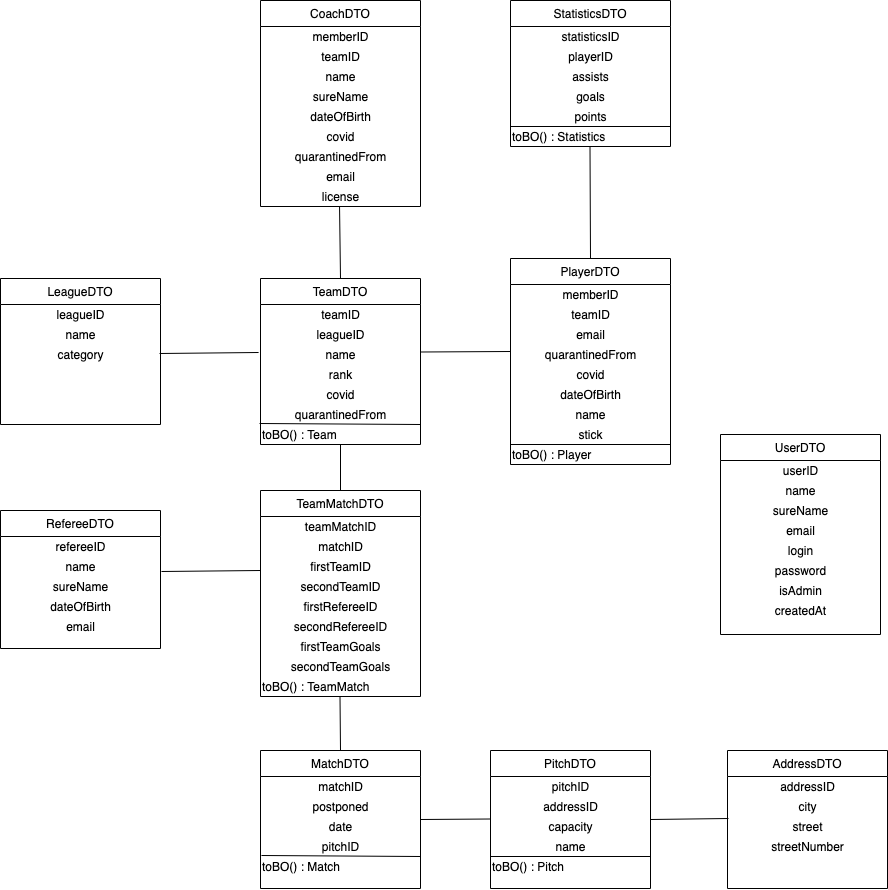
Before: artefacts/class_DTO.png, a diagram exported from draw.io (alenamartinkova/cfbu-IS). Source tidied: cells renumbered, new cells last; positions are measured from the earlier drawing's top-left corner, leaving out a move shared by most shapes.
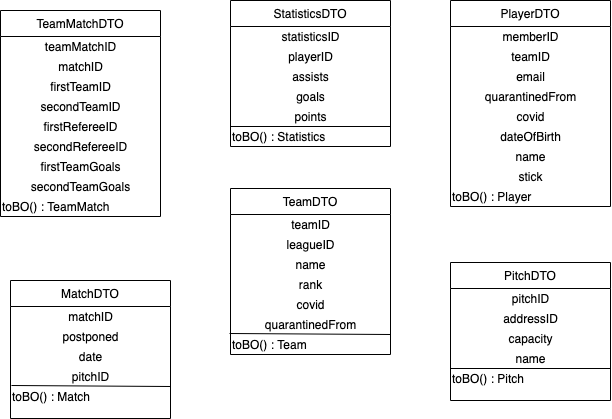
After the change.

Diff of the diagram source:
```diff
@@ -2,38 +2,8 @@
   <root>
     <mxCell id="0" />
     <mxCell id="1" parent="0" />
-    <mxCell id="2" value="CoachDTO" style="swimlane;fontStyle=0;align=center;verticalAlign=top;horizontal=1;startSize=26;rounded=0;shadow=0;strokeWidth=1;" parent="1" vertex="1">
-      <mxGeometry x="260" width="160" height="206" as="geometry" />
-    </mxCell>
-    <mxCell id="3" value="memberID" style="text;html=1;align=center;verticalAlign=middle;" parent="2" vertex="1">
-      <mxGeometry y="26" width="160" height="20" as="geometry" />
-    </mxCell>
-    <mxCell id="4" value="teamID" style="text;html=1;align=center;verticalAlign=middle;" parent="2" vertex="1">
-      <mxGeometry y="46" width="160" height="20" as="geometry" />
-    </mxCell>
-    <mxCell id="5" value="name" style="text;html=1;align=center;verticalAlign=middle;" parent="2" vertex="1">
-      <mxGeometry y="66" width="160" height="20" as="geometry" />
-    </mxCell>
-    <mxCell id="6" value="sureName" style="text;html=1;align=center;verticalAlign=middle;" parent="2" vertex="1">
-      <mxGeometry y="86" width="160" height="20" as="geometry" />
-    </mxCell>
-    <mxCell id="7" value="dateOfBirth" style="text;html=1;align=center;verticalAlign=middle;" parent="2" vertex="1">
-      <mxGeometry y="106" width="160" height="20" as="geometry" />
-    </mxCell>
-    <mxCell id="8" value="covid" style="text;html=1;align=center;verticalAlign=middle;" parent="2" vertex="1">
-      <mxGeometry y="126" width="160" height="20" as="geometry" />
-    </mxCell>
-    <mxCell id="9" value="quarantinedFrom" style="text;html=1;align=center;verticalAlign=middle;" parent="2" vertex="1">
-      <mxGeometry y="146" width="160" height="20" as="geometry" />
-    </mxCell>
-    <mxCell id="10" value="email" style="text;html=1;align=center;verticalAlign=middle;" parent="2" vertex="1">
-      <mxGeometry y="166" width="160" height="20" as="geometry" />
-    </mxCell>
-    <mxCell id="11" value="license" style="text;html=1;align=center;verticalAlign=middle;points=[];" parent="2" vertex="1">
-      <mxGeometry y="186" width="160" height="20" as="geometry" />
-    </mxCell>
     <mxCell id="12" value="PlayerDTO" style="swimlane;fontStyle=0;align=center;verticalAlign=top;horizontal=1;startSize=26;rounded=0;shadow=0;strokeWidth=1;" parent="1" vertex="1">
-      <mxGeometry x="510" y="258" width="160" height="206" as="geometry" />
+      <mxGeometry x="480" y="90" width="160" height="206" as="geometry" />
     </mxCell>
     <mxCell id="13" value="memberID" style="text;html=1;align=center;verticalAlign=middle;" parent="12" vertex="1">
       <mxGeometry y="26" width="160" height="20" as="geometry" />
@@ -63,7 +33,7 @@
       <mxGeometry y="186" width="160" height="20" as="geometry" />
     </mxCell>
     <mxCell id="22" value="StatisticsDTO" style="swimlane;fontStyle=0;align=center;verticalAlign=top;horizontal=1;startSize=26;rounded=0;shadow=0;strokeWidth=1;" parent="1" vertex="1">
-      <mxGeometry x="510" width="160" height="146" as="geometry" />
+      <mxGeometry x="260" y="90" width="160" height="146" as="geometry" />
     </mxCell>
     <mxCell id="23" value="statisticsID" style="text;html=1;align=center;verticalAlign=middle;" parent="22" vertex="1">
       <mxGeometry y="26" width="160" height="20" as="geometry" />
@@ -114,7 +84,7 @@
       <mxGeometry y="146" width="160" height="20" as="geometry" />
     </mxCell>
     <mxCell id="38" value="MatchDTO" style="swimlane;fontStyle=0;align=center;verticalAlign=top;horizontal=1;startSize=26;rounded=0;shadow=0;strokeWidth=1;" parent="1" vertex="1">
-      <mxGeometry x="260" y="750" width="160" height="138" as="geometry" />
+      <mxGeometry x="40" y="370" width="160" height="138" as="geometry" />
     </mxCell>
     <mxCell id="39" value="matchID" style="text;html=1;align=center;verticalAlign=middle;" parent="38" vertex="1">
       <mxGeometry y="26" width="160" height="20" as="geometry" />
@@ -137,7 +107,7 @@
       <mxGeometry y="106" width="160" height="20" as="geometry" />
     </mxCell>
     <mxCell id="45" value="PitchDTO" style="swimlane;fontStyle=0;align=center;verticalAlign=top;horizontal=1;startSize=26;rounded=0;shadow=0;strokeWidth=1;" parent="1" vertex="1">
-      <mxGeometry x="490" y="750" width="160" height="138" as="geometry" />
+      <mxGeometry x="480" y="352" width="160" height="138" as="geometry" />
     </mxCell>
     <mxCell id="46" value="pitchID" style="text;html=1;align=center;verticalAlign=middle;" parent="45" vertex="1">
       <mxGeometry y="26" width="160" height="20" as="geometry" />
@@ -160,101 +130,13 @@
     <mxCell id="51" value="toBO() : Pitch" style="text;html=1;align=left;verticalAlign=middle;" parent="45" vertex="1">
       <mxGeometry y="106" width="160" height="20" as="geometry" />
     </mxCell>
-    <mxCell id="52" value="RefereeDTO" style="swimlane;fontStyle=0;align=center;verticalAlign=top;horizontal=1;startSize=26;rounded=0;shadow=0;strokeWidth=1;" parent="1" vertex="1">
-      <mxGeometry y="510" width="160" height="138" as="geometry" />
-    </mxCell>
-    <mxCell id="53" value="refereeID" style="text;html=1;align=center;verticalAlign=middle;" parent="52" vertex="1">
-      <mxGeometry y="26" width="160" height="20" as="geometry" />
-    </mxCell>
-    <mxCell id="54" value="name" style="text;html=1;align=center;verticalAlign=middle;" parent="52" vertex="1">
-      <mxGeometry y="46" width="160" height="20" as="geometry" />
-    </mxCell>
-    <mxCell id="55" value="sureName" style="text;html=1;align=center;verticalAlign=middle;" parent="52" vertex="1">
-      <mxGeometry y="66" width="160" height="20" as="geometry" />
-    </mxCell>
-    <mxCell id="56" value="dateOfBirth" style="text;html=1;align=center;verticalAlign=middle;" parent="52" vertex="1">
-      <mxGeometry y="86" width="160" height="20" as="geometry" />
-    </mxCell>
-    <mxCell id="57" value="email" style="text;html=1;align=center;verticalAlign=middle;" parent="52" vertex="1">
-      <mxGeometry y="106" width="160" height="20" as="geometry" />
-    </mxCell>
-    <mxCell id="58" value="AddressDTO" style="swimlane;fontStyle=0;align=center;verticalAlign=top;horizontal=1;startSize=26;rounded=0;shadow=0;strokeWidth=1;" parent="1" vertex="1">
-      <mxGeometry x="727" y="750" width="160" height="138" as="geometry" />
-    </mxCell>
-    <mxCell id="59" value="addressID" style="text;html=1;align=center;verticalAlign=middle;" parent="58" vertex="1">
-      <mxGeometry y="26" width="160" height="20" as="geometry" />
-    </mxCell>
-    <mxCell id="60" value="city" style="text;html=1;align=center;verticalAlign=middle;points=[];" parent="58" vertex="1">
-      <mxGeometry y="46" width="160" height="20" as="geometry" />
-    </mxCell>
-    <mxCell id="61" value="street" style="text;html=1;align=center;verticalAlign=middle;" parent="58" vertex="1">
-      <mxGeometry y="66" width="160" height="20" as="geometry" />
-    </mxCell>
-    <mxCell id="62" value="streetNumber" style="text;html=1;align=center;verticalAlign=middle;" parent="58" vertex="1">
-      <mxGeometry y="86" width="160" height="20" as="geometry" />
-    </mxCell>
-    <mxCell id="63" value="UserDTO" style="swimlane;fontStyle=0;align=center;verticalAlign=top;horizontal=1;startSize=26;rounded=0;shadow=0;strokeWidth=1;" parent="1" vertex="1">
-      <mxGeometry x="720" y="434" width="160" height="200" as="geometry" />
-    </mxCell>
-    <mxCell id="64" value="userID" style="text;html=1;align=center;verticalAlign=middle;" parent="63" vertex="1">
-      <mxGeometry y="26" width="160" height="20" as="geometry" />
-    </mxCell>
-    <mxCell id="65" value="name" style="text;html=1;align=center;verticalAlign=middle;" parent="63" vertex="1">
-      <mxGeometry y="46" width="160" height="20" as="geometry" />
-    </mxCell>
-    <mxCell id="66" value="sureName" style="text;html=1;align=center;verticalAlign=middle;" parent="63" vertex="1">
-      <mxGeometry y="66" width="160" height="20" as="geometry" />
-    </mxCell>
-    <mxCell id="67" value="email" style="text;html=1;align=center;verticalAlign=middle;" parent="63" vertex="1">
-      <mxGeometry y="86" width="160" height="20" as="geometry" />
-    </mxCell>
-    <mxCell id="68" value="login" style="text;html=1;align=center;verticalAlign=middle;" parent="63" vertex="1">
-      <mxGeometry y="106" width="160" height="20" as="geometry" />
-    </mxCell>
-    <mxCell id="69" value="password" style="text;html=1;align=center;verticalAlign=middle;" parent="63" vertex="1">
-      <mxGeometry y="126" width="160" height="20" as="geometry" />
-    </mxCell>
-    <mxCell id="70" value="isAdmin" style="text;html=1;align=center;verticalAlign=middle;" parent="63" vertex="1">
-      <mxGeometry y="146" width="160" height="20" as="geometry" />
-    </mxCell>
-    <mxCell id="71" value="createdAt" style="text;html=1;align=center;verticalAlign=middle;" parent="63" vertex="1">
-      <mxGeometry y="166" width="160" height="20" as="geometry" />
-    </mxCell>
-    <mxCell id="72" value="LeagueDTO" style="swimlane;fontStyle=0;align=center;verticalAlign=top;horizontal=1;startSize=26;rounded=0;shadow=0;strokeWidth=1;" parent="1" vertex="1">
-      <mxGeometry y="278" width="160" height="146" as="geometry" />
-    </mxCell>
-    <mxCell id="73" value="leagueID" style="text;html=1;align=center;verticalAlign=middle;" parent="72" vertex="1">
-      <mxGeometry y="26" width="160" height="20" as="geometry" />
-    </mxCell>
-    <mxCell id="74" value="name" style="text;html=1;align=center;verticalAlign=middle;" parent="72" vertex="1">
-      <mxGeometry y="46" width="160" height="20" as="geometry" />
-    </mxCell>
-    <mxCell id="75" value="category" style="text;html=1;align=center;verticalAlign=middle;points=[];" parent="72" vertex="1">
-      <mxGeometry y="66" width="160" height="20" as="geometry" />
-    </mxCell>
     <mxCell id="76" style="endArrow=none;html=1;exitX=-0.006;exitY=-0.05;exitDx=0;exitDy=0;exitPerimeter=0;" parent="1" edge="1" source="37">
       <mxGeometry relative="1" as="geometry">
         <mxPoint x="420" y="424" as="targetPoint" />
       </mxGeometry>
     </mxCell>
-    <mxCell id="77" style="endArrow=none;html=1;" parent="1" edge="1">
-      <mxGeometry relative="1" as="geometry">
-        <mxPoint x="510" y="444" as="sourcePoint" />
-        <mxPoint x="670" y="444" as="targetPoint" />
-      </mxGeometry>
-    </mxCell>
-    <mxCell id="78" style="endArrow=none;html=1;entryX=0.494;entryY=1;entryDx=0;entryDy=0;entryPerimeter=0;" parent="1" edge="1" target="11">
-      <mxGeometry relative="1" as="geometry">
-        <mxPoint x="340" y="278" as="sourcePoint" />
-      </mxGeometry>
-    </mxCell>
-    <mxCell id="79" style="endArrow=none;html=1;entryX=0.5;entryY=1.2;entryDx=0;entryDy=0;entryPerimeter=0;exitX=0.5;exitY=0;exitDx=0;exitDy=0;" parent="1" edge="1" source="12">
-      <mxGeometry relative="1" as="geometry">
-        <mxPoint x="589.5" y="146" as="targetPoint" />
-      </mxGeometry>
-    </mxCell>
     <mxCell id="80" value="TeamMatchDTO" style="swimlane;fontStyle=0;align=center;verticalAlign=top;horizontal=1;startSize=26;rounded=0;shadow=0;strokeWidth=1;" parent="1" vertex="1">
-      <mxGeometry x="260" y="490" width="160" height="206" as="geometry" />
+      <mxGeometry x="30" y="100" width="160" height="206" as="geometry" />
     </mxCell>
     <mxCell id="81" value="teamMatchID" style="text;html=1;align=center;verticalAlign=middle;" parent="80" vertex="1">
       <mxGeometry y="26" width="160" height="20" as="geometry" />
@@ -283,41 +165,5 @@
     <mxCell id="89" value="toBO() : TeamMatch" style="text;html=1;align=left;verticalAlign=middle;" parent="80" vertex="1">
       <mxGeometry y="186" width="160" height="20" as="geometry" />
     </mxCell>
-    <mxCell id="90" style="endArrow=none;html=1;entryX=0.5;entryY=1;entryDx=0;entryDy=0;entryPerimeter=0;" parent="1" edge="1" target="37">
-      <mxGeometry relative="1" as="geometry">
-        <mxPoint x="340" y="490" as="sourcePoint" />
-      </mxGeometry>
-    </mxCell>
-    <mxCell id="91" style="endArrow=none;html=1;entryX=0.5;entryY=1;entryDx=0;entryDy=0;entryPerimeter=0;exitX=0.5;exitY=0;exitDx=0;exitDy=0;" parent="1" edge="1" source="38">
-      <mxGeometry relative="1" as="geometry">
-        <mxPoint x="339.5" y="696" as="targetPoint" />
-      </mxGeometry>
-    </mxCell>
-    <mxCell id="92" style="endArrow=none;html=1;entryX=-0.012;entryY=0.4;entryDx=0;entryDy=0;entryPerimeter=0;exitX=0.994;exitY=0.45;exitDx=0;exitDy=0;exitPerimeter=0;" parent="1" edge="1" source="75" target="33">
-      <mxGeometry relative="1" as="geometry" />
-    </mxCell>
-    <mxCell id="93" style="endArrow=none;html=1;entryX=-0.012;entryY=0.4;entryDx=0;entryDy=0;entryPerimeter=0;exitX=0.994;exitY=0.45;exitDx=0;exitDy=0;exitPerimeter=0;" parent="1" edge="1">
-      <mxGeometry relative="1" as="geometry">
-        <mxPoint x="161" y="571" as="sourcePoint" />
-        <mxPoint x="260" y="570" as="targetPoint" />
-      </mxGeometry>
-    </mxCell>
-    <mxCell id="94" style="endArrow=none;html=1;exitX=0.994;exitY=0.45;exitDx=0;exitDy=0;exitPerimeter=0;" parent="1" edge="1">
-      <mxGeometry relative="1" as="geometry">
-        <mxPoint x="420" y="351.5" as="sourcePoint" />
-        <mxPoint x="510" y="351" as="targetPoint" />
-      </mxGeometry>
-    </mxCell>
-    <mxCell id="95" style="endArrow=none;html=1;" parent="1" edge="1">
-      <mxGeometry relative="1" as="geometry">
-        <mxPoint x="420" y="819" as="sourcePoint" />
-        <mxPoint x="490" y="818.5" as="targetPoint" />
-      </mxGeometry>
-    </mxCell>
-    <mxCell id="96" style="endArrow=none;html=1;entryX=0.006;entryY=1.1;entryDx=0;entryDy=0;entryPerimeter=0;" parent="1" edge="1" target="60">
-      <mxGeometry relative="1" as="geometry">
-        <mxPoint x="650" y="819" as="sourcePoint" />
-      </mxGeometry>
-    </mxCell>
   </root>
 </mxGraphModel>
```
